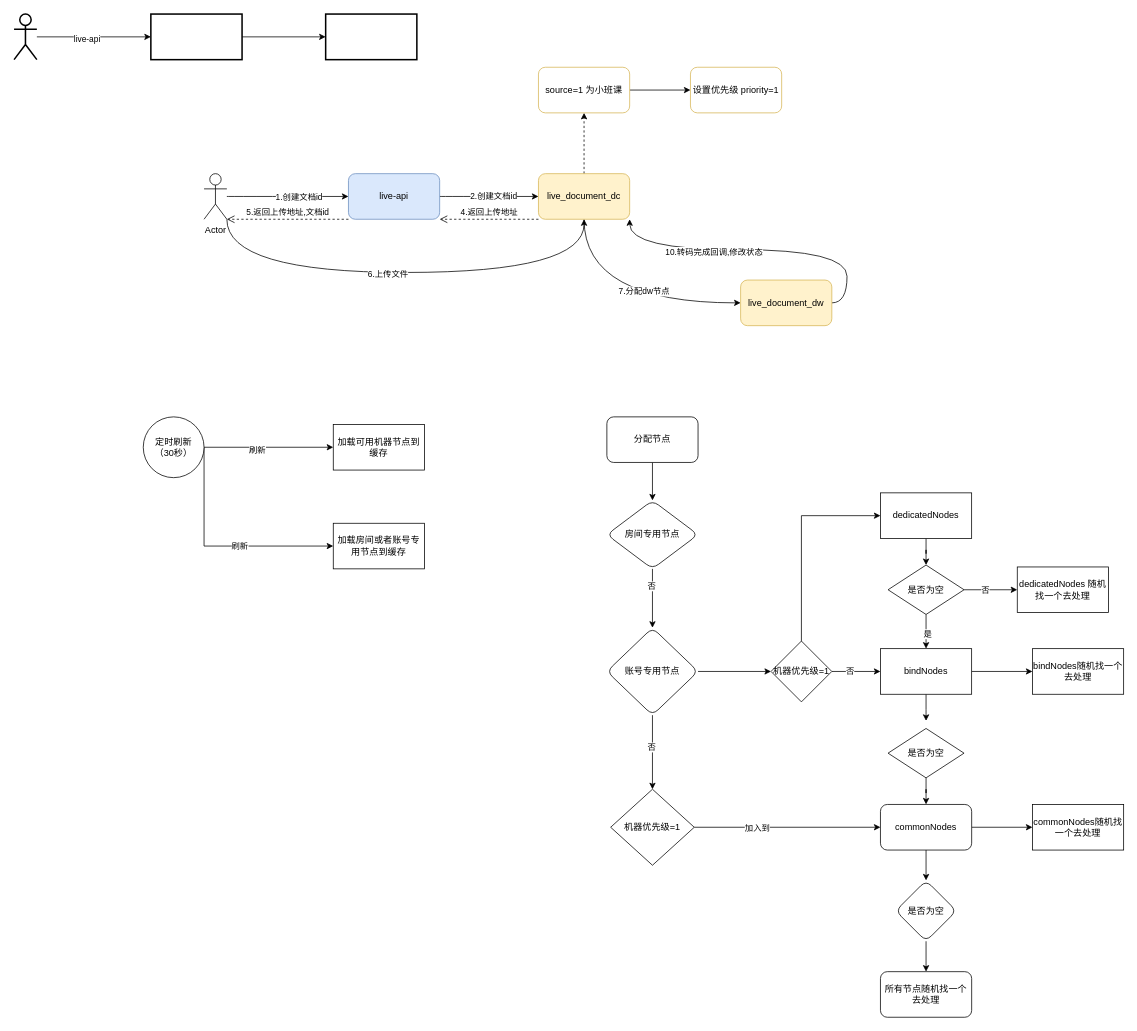
pkx10086/diagram keeps this draw.io diagram as 文档上传优先级.drawio. Above is the earlier version. Source tidied: cells renumbered, new cells numbered last; positions are measured from the earlier drawing's top-left corner, leaving out a move shared by most shapes. Both pictures are drawn from the tidied source at 76%, with x=0, y=0 at pixel (14, 14).
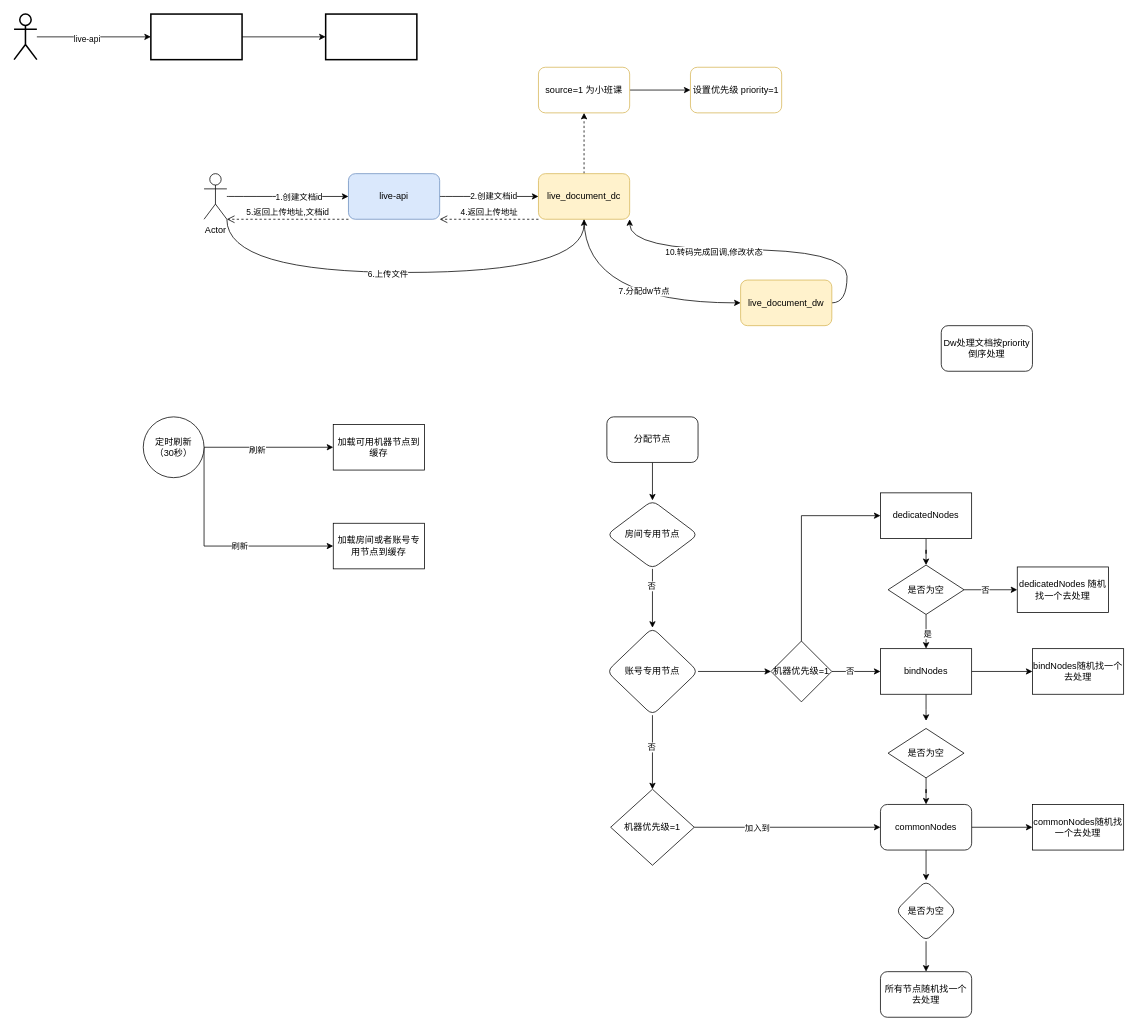
After the change.

Commit message:
更新文档上传优先级.drawio

Change to the diagram source:
```diff
@@
+    <mxCell id="72" value="Dw处理文档按priority 倒序处理" style="rounded=1;whiteSpace=wrap;html=1;" parent="1" vertex="1">
+      <mxGeometry x="1220" y="410" width="120" height="60" as="geometry" />
+    </mxCell>
```
